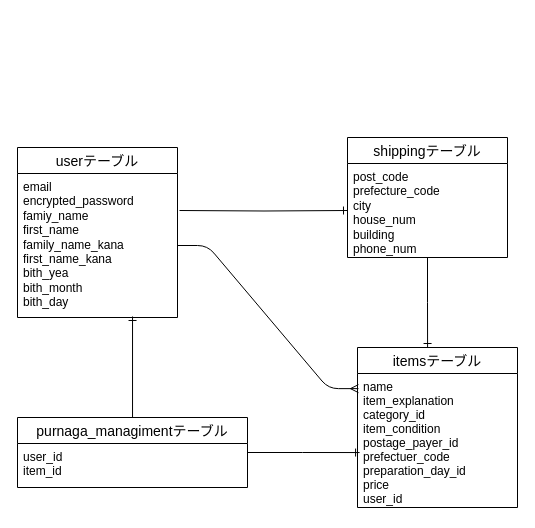
The draw.io diagram page "ページ1" (1 of 2) of ER.dio/furima.dio in souyama77/furima-29616-v2, before the edit. Source tidied: cells renumbered, new cells numbered last; positions are measured from the earlier drawing's top-left corner, leaving out a move shared by most shapes. Both pictures are drawn from the tidied source at 100%, with x=0, y=0 at pixel (17, 137).
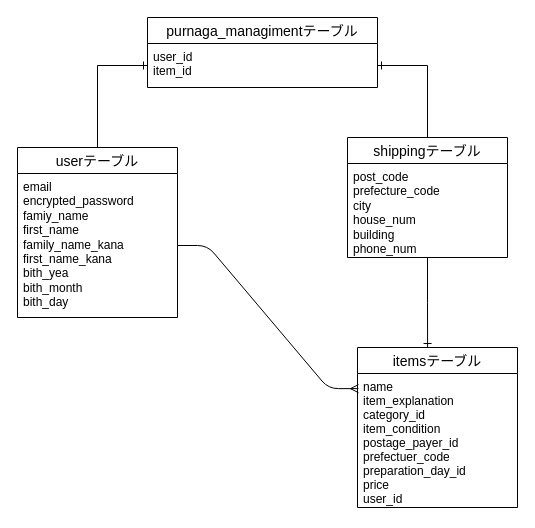
The same page after the edit.

Commit message (it also covers changes not shown here):
データ設計Ver.5

What changed in the source:
```diff
@@
 <mxGraphModel>
   <root>
     <mxCell id="0" />
     <mxCell id="1" parent="0" />
+    <mxCell id="15" style="edgeStyle=orthogonalEdgeStyle;rounded=0;jettySize=auto;html=1;entryX=0;entryY=0.5;entryDx=0;entryDy=0;endArrow=ERone;endFill=0;" parent="1" edge="1" source="2" target="13">
+      <mxGeometry relative="1" as="geometry" />
+    </mxCell>
     <mxCell id="2" value="userテーブル" style="swimlane;fontStyle=0;horizontal=1;startSize=26;align=center;fontSize=14;rounded=0;sketch=0;flipH=0;flipV=0;" parent="1" vertex="1">
       <mxGeometry y="10" width="160" height="170" as="geometry" />
     </mxCell>
     <mxCell id="3" value="email&lt;br&gt;encrypted_password&lt;br&gt;&lt;span&gt;famiy_name&lt;/span&gt;&lt;br style=&quot;padding: 0px ; margin: 0px&quot;&gt;&lt;span&gt;first_name&lt;/span&gt;&lt;br style=&quot;padding: 0px ; margin: 0px&quot;&gt;&lt;span&gt;family_name_kana&lt;/span&gt;&lt;br style=&quot;padding: 0px ; margin: 0px&quot;&gt;&lt;span&gt;first_name_kana&lt;/span&gt;&lt;br style=&quot;padding: 0px ; margin: 0px&quot;&gt;&lt;span&gt;bith_yea&lt;/span&gt;&lt;br style=&quot;padding: 0px ; margin: 0px&quot;&gt;&lt;span&gt;bith_month&lt;/span&gt;&lt;br style=&quot;padding: 0px ; margin: 0px&quot;&gt;&lt;span&gt;bith_day&lt;/span&gt;&lt;br style=&quot;padding: 0px ; margin: 0px&quot;&gt;" style="text;strokeColor=none;fillColor=none;spacingLeft=4;spacingRight=4;overflow=hidden;points=[[0,0.5],[1,0.5]];portConstraint=eastwest;fontSize=12;html=1;whiteSpace=wrap;" parent="2" vertex="1">
       <mxGeometry y="26" width="160" height="144" as="geometry" />
     </mxCell>
     <mxCell id="4" style="edgeStyle=orthogonalEdgeStyle;rounded=0;jettySize=auto;html=1;entryX=0.438;entryY=0;entryDx=0;entryDy=0;entryPerimeter=0;endArrow=ERone;endFill=0;" parent="1" edge="1" source="5" target="7">
       <mxGeometry relative="1" as="geometry" />
     </mxCell>
+    <mxCell id="16" style="edgeStyle=orthogonalEdgeStyle;rounded=0;jettySize=auto;html=1;exitX=0.5;exitY=0;exitDx=0;exitDy=0;entryX=1;entryY=0.5;entryDx=0;entryDy=0;endArrow=ERone;endFill=0;" parent="1" edge="1" source="5" target="13">
+      <mxGeometry relative="1" as="geometry" />
+    </mxCell>
     <mxCell id="5" value="shippingテーブル" style="swimlane;fontStyle=0;horizontal=1;startSize=26;align=center;fontSize=14;rounded=0;sketch=0;" parent="1" vertex="1">
       <mxGeometry x="330" width="160" height="120" as="geometry" />
     </mxCell>
     <mxCell id="6" value="post_code&lt;br&gt;prefecture_code&lt;br&gt;city&lt;br&gt;house_num&lt;br&gt;building&lt;br&gt;phone_num&lt;br&gt;&lt;br&gt;" style="text;strokeColor=none;fillColor=none;spacingLeft=4;spacingRight=4;overflow=hidden;points=[[0,0.5],[1,0.5]];portConstraint=eastwest;fontSize=12;html=1;whiteSpace=wrap;" parent="5" vertex="1">
       <mxGeometry y="26" width="160" height="94" as="geometry" />
     </mxCell>
     <mxCell id="7" value="itemsテーブル" style="swimlane;fontStyle=0;horizontal=1;startSize=26;align=center;fontSize=14;" parent="1" vertex="1">
       <mxGeometry x="340" y="210" width="160" height="160" as="geometry" />
     </mxCell>
     <mxCell id="8" value="name&#10;item_explanation&#10;category_id&#10;item_condition&#10;postage_payer_id&#10;prefectuer_code&#10;preparation_day_id&#10;price&#10;user_id&#10;" style="text;strokeColor=none;fillColor=none;spacingLeft=4;spacingRight=4;overflow=hidden;points=[[0,0.5],[1,0.5]];portConstraint=eastwest;fontSize=12;" parent="7" vertex="1">
       <mxGeometry y="26" width="160" height="134" as="geometry" />
     </mxCell>
     <mxCell id="9" style="edgeStyle=entityRelationEdgeStyle;fontSize=12;html=1;endArrow=ERmany;exitX=1;exitY=0.5;exitDx=0;exitDy=0;entryX=0.006;entryY=0.113;entryDx=0;entryDy=0;entryPerimeter=0;" parent="1" edge="1" source="3" target="8">
       <mxGeometry relative="1" as="geometry" />
     </mxCell>
-    <mxCell id="10" style="edgeStyle=orthogonalEdgeStyle;rounded=0;jettySize=auto;html=1;entryX=0.719;entryY=0.993;entryDx=0;entryDy=0;entryPerimeter=0;endArrow=ERone;endFill=0;" parent="1" edge="1" source="12" target="3">
-      <mxGeometry relative="1" as="geometry" />
-    </mxCell>
-    <mxCell id="11" style="edgeStyle=orthogonalEdgeStyle;rounded=0;jettySize=auto;html=1;entryX=0.013;entryY=0.59;entryDx=0;entryDy=0;entryPerimeter=0;endArrow=ERone;endFill=0;" parent="1" edge="1" source="12" target="8">
-      <mxGeometry relative="1" as="geometry" />
-    </mxCell>
     <mxCell id="12" value="purnaga_managimentテーブル" style="swimlane;fontStyle=0;horizontal=1;startSize=26;align=center;fontSize=14;" parent="1" vertex="1">
-      <mxGeometry y="280" width="230" height="70" as="geometry" />
+      <mxGeometry x="130" y="-120" width="230" height="70" as="geometry" />
     </mxCell>
     <mxCell id="13" value="user_id&#10;item_id" style="text;strokeColor=none;fillColor=none;spacingLeft=4;spacingRight=4;overflow=hidden;points=[[0,0.5],[1,0.5]];portConstraint=eastwest;fontSize=12;" parent="12" vertex="1">
       <mxGeometry y="26" width="230" height="44" as="geometry" />
     </mxCell>
-    <mxCell id="14" style="edgeStyle=orthogonalEdgeStyle;rounded=0;jettySize=auto;html=1;entryX=0;entryY=0.5;entryDx=0;entryDy=0;endArrow=ERone;endFill=0;" parent="1" edge="1" target="6">
-      <mxGeometry relative="1" as="geometry">
-        <mxPoint x="162" y="73" as="sourcePoint" />
-      </mxGeometry>
-    </mxCell>
   </root>
 </mxGraphModel>
```
